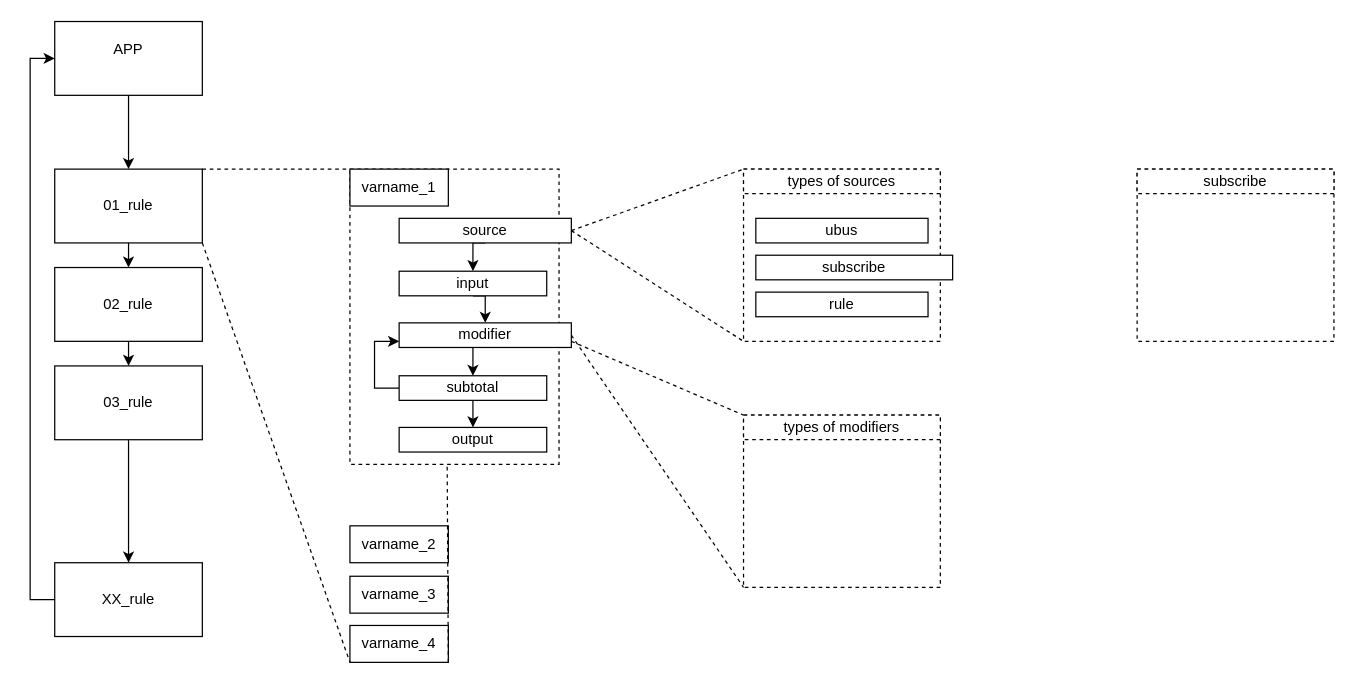
antoncom/tsmodem keeps this draw.io diagram as page "Applogic" (2 of 2) of Диаграмма без названия.drawio. Above is the earlier version. Source tidied: cells renumbered, new cells numbered last; positions are measured from the earlier drawing's top-left corner, leaving out a move shared by most shapes. Both pictures are drawn from the tidied source at 123%, with x=0, y=0 at pixel (30, 21).
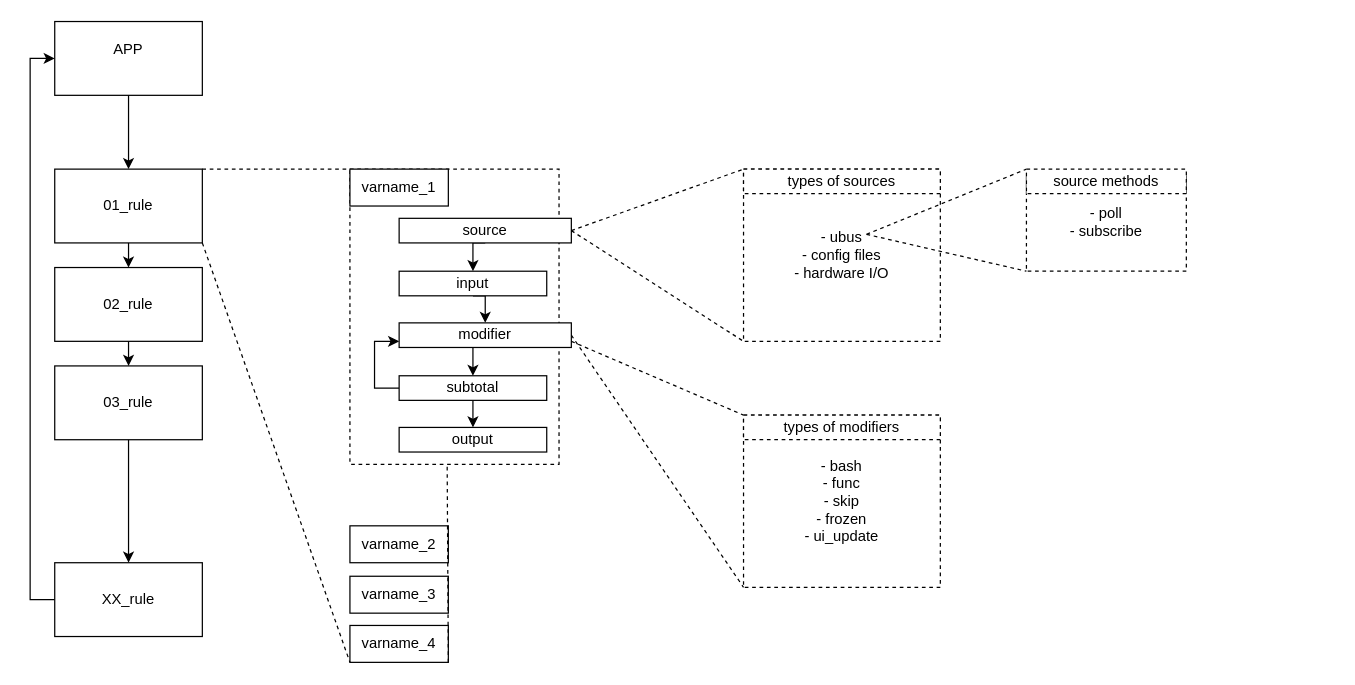
After the change.

Change to the diagram source:
```diff
@@
-    <mxCell id="2" style="rounded=0;whiteSpace=wrap;html=1;dashed=1;" parent="1" vertex="1">
-      <mxGeometry x="900" y="120" width="160" height="140" as="geometry" />
+    <mxCell id="2" value="- poll&lt;div&gt;- subscribe&lt;/div&gt;" style="rounded=0;whiteSpace=wrap;html=1;dashed=1;" parent="1" vertex="1">
+      <mxGeometry x="810" y="123" width="130" height="80" as="geometry" />
     </mxCell>
-    <mxCell id="3" style="rounded=0;whiteSpace=wrap;html=1;dashed=1;" parent="1" vertex="1">
+    <mxCell id="3" value="- bash&lt;div&gt;- func&lt;/div&gt;&lt;div&gt;- skip&lt;/div&gt;&lt;div&gt;- frozen&lt;/div&gt;&lt;div&gt;- ui_update&lt;/div&gt;" style="rounded=0;whiteSpace=wrap;html=1;dashed=1;" parent="1" vertex="1">
       <mxGeometry x="580" y="320" width="160" height="140" as="geometry" />
     </mxCell>
-    <mxCell id="4" style="rounded=0;whiteSpace=wrap;html=1;dashed=1;" parent="1" vertex="1">
+    <mxCell id="4" value="- ubus&lt;div&gt;- config files&lt;/div&gt;&lt;div&gt;- hardware I/O&lt;/div&gt;" style="rounded=0;whiteSpace=wrap;html=1;dashed=1;" parent="1" vertex="1">
       <mxGeometry x="580" y="120" width="160" height="140" as="geometry" />
     </mxCell>
@@
-    <mxCell id="35" value="subscribe" style="rounded=0;whiteSpace=wrap;html=1;dashed=1;" parent="1" vertex="1">
-      <mxGeometry x="900" y="120" width="160" height="20" as="geometry" />
+    <mxCell id="35" value="source methods" style="rounded=0;whiteSpace=wrap;html=1;dashed=1;" parent="1" vertex="1">
+      <mxGeometry x="810" y="120" width="130" height="20" as="geometry" />
     </mxCell>
@@
-    <mxCell id="40" value="ubus" style="rounded=0;whiteSpace=wrap;html=1;" parent="1" vertex="1">
-      <mxGeometry x="590" y="160" width="140" height="20" as="geometry" />
-    </mxCell>
-    <mxCell id="41" value="subscribe" style="rounded=0;whiteSpace=wrap;html=1;" parent="1" vertex="1">
-      <mxGeometry x="590" y="190" width="160" height="20" as="geometry" />
-    </mxCell>
-    <mxCell id="42" value="rule" style="rounded=0;whiteSpace=wrap;html=1;" parent="1" vertex="1">
-      <mxGeometry x="590" y="220" width="140" height="20" as="geometry" />
-    </mxCell>
+    <mxCell id="43" style="endArrow=none;dashed=1;html=1;rounded=0;exitX=1;exitY=0.5;exitDx=0;exitDy=0;entryX=0;entryY=0;entryDx=0;entryDy=0;" parent="1" edge="1" target="35">
+      <mxGeometry relative="1" as="geometry">
+        <mxPoint x="680" y="173" as="sourcePoint" />
+      </mxGeometry>
+    </mxCell>
+    <mxCell id="44" style="endArrow=none;dashed=1;html=1;rounded=0;exitX=1;exitY=0.5;exitDx=0;exitDy=0;entryX=0;entryY=1;entryDx=0;entryDy=0;" parent="1" edge="1" target="2">
+      <mxGeometry relative="1" as="geometry">
+        <mxPoint x="680" y="173" as="sourcePoint" />
+      </mxGeometry>
+    </mxCell>
```
